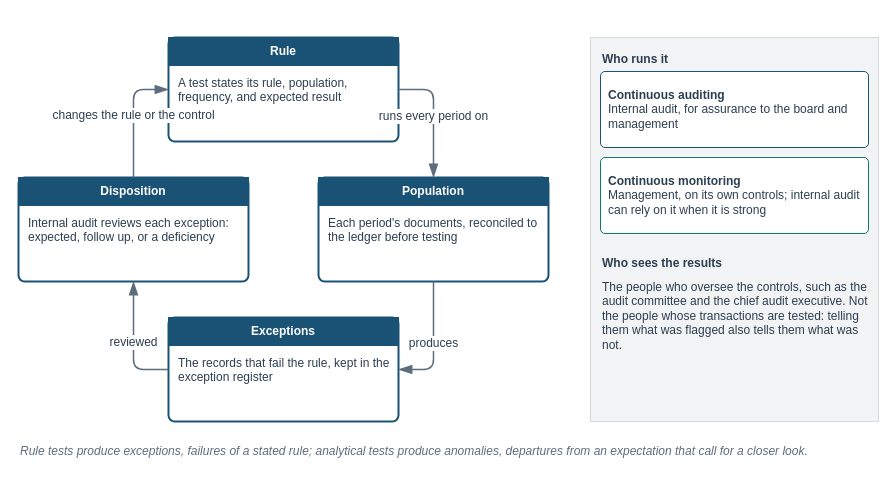
mmcodesso/Accounting_Analytics_Book keeps this draw.io diagram as visuals/src/fig-16-01-monitoring-cycle.drawio. Above is the earlier version. Source tidied: cells renumbered, new cells numbered last; positions are measured from the earlier drawing's top-left corner, leaving out a move shared by most shapes. Both pictures are drawn from the tidied source at 100%, with x=0, y=0 at pixel (18, 17).
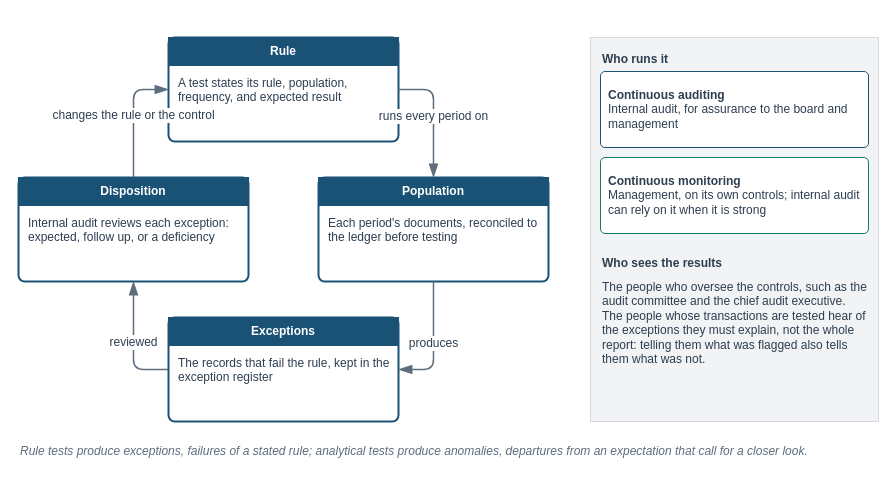
Above is the later version.

Change to the diagram source:
```diff
@@
-    <mxCell id="24" value="The people who oversee the controls, such as the audit committee and the chief audit executive. Not the people whose transactions are tested: telling them what was flagged also tells them what was not." style="text;html=1;whiteSpace=wrap;align=left;verticalAlign=top;fontSize=12;fontColor=#2C3E50;fontStyle=0;fontFamily=Helvetica;spacing=2;fillColor=none;strokeColor=none;" parent="1" vertex="1">
+    <mxCell id="24" value="The people who oversee the controls, such as the audit committee and the chief audit executive. The people whose transactions are tested hear of the exceptions they must explain, not the whole report: telling them what was flagged also tells them what was not." style="text;html=1;whiteSpace=wrap;align=left;verticalAlign=top;fontSize=12;fontColor=#2C3E50;fontStyle=0;fontFamily=Helvetica;spacing=2;fillColor=none;strokeColor=none;" parent="1" vertex="1">
       <mxGeometry x="582" y="256" width="268" height="140" as="geometry" />
     </mxCell>
```
